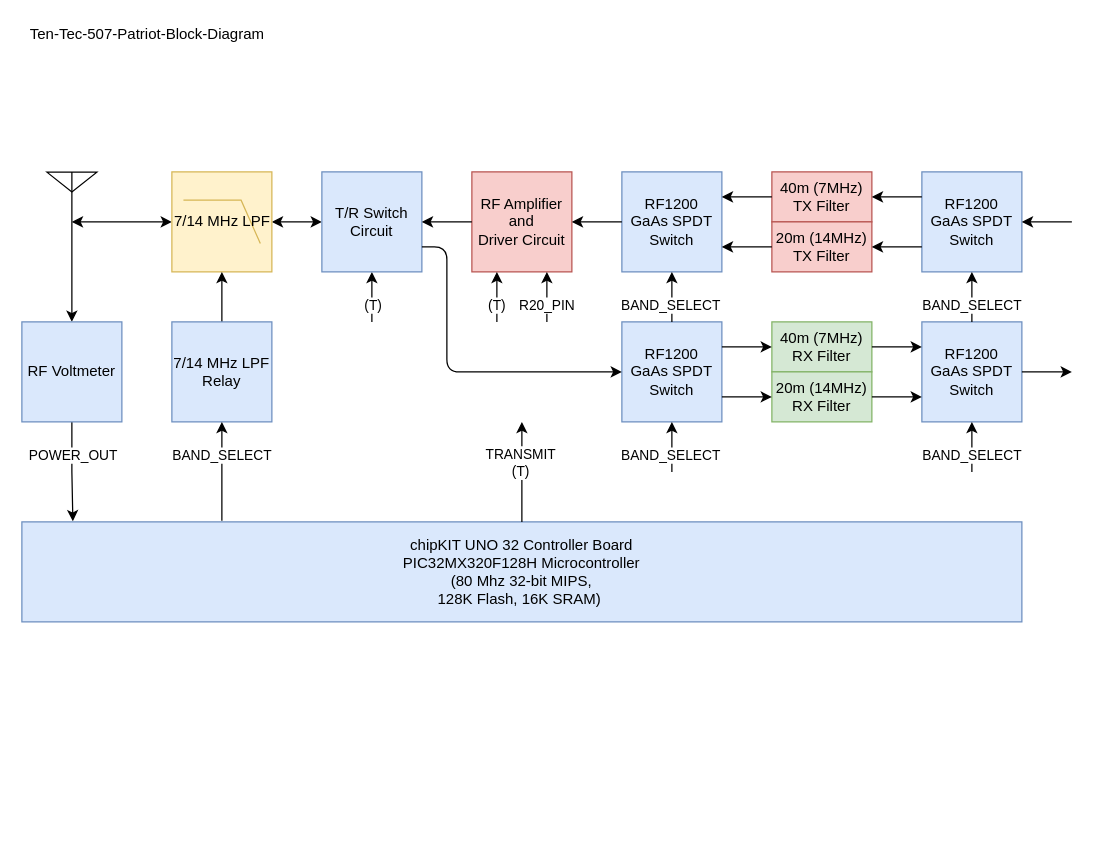
This is Technicalities/TT-507-Block-Diagram.drawio from professor-zia/Radio-Ten-Tec-507-Patriot, a draw.io file, before an edit. Source tidied: cells renumbered, new cells numbered last; positions are measured from the earlier drawing's top-left corner, leaving out a move shared by most shapes. Both pictures are drawn from the tidied source at 125%, with x=0, y=0 at pixel (21, 21).
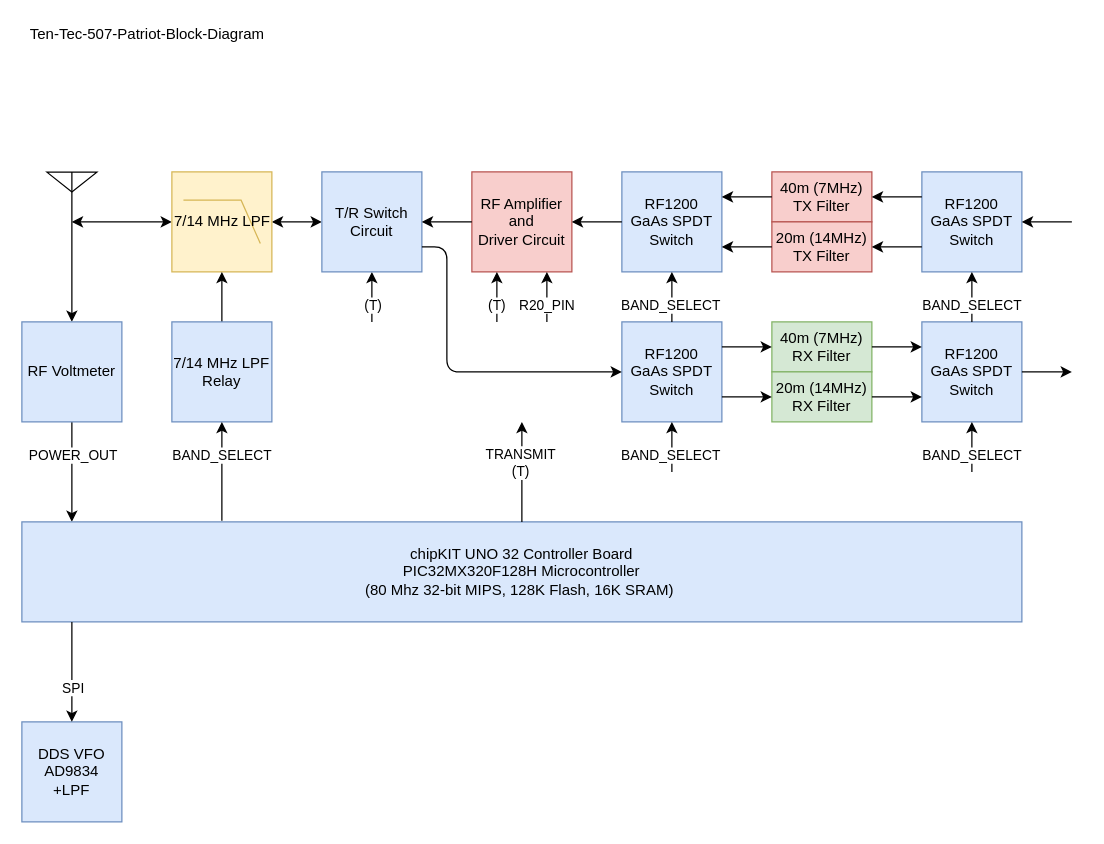
After the change.

Unchanged cells that the change refers to:
```xml
<mxCell id="11" value="RF Voltmeter" style="rounded=0;whiteSpace=wrap;html=1;fillColor=#dae8fc;strokeColor=#6c8ebf;" parent="1" vertex="1">
  <mxGeometry y="240" width="80" height="80" as="geometry" />
</mxCell>
```

What changed in the source:
```diff
@@
-    <mxCell id="9" style="edgeStyle=orthogonalEdgeStyle;rounded=0;jettySize=auto;html=1;exitX=0.5;exitY=1;exitDx=0;exitDy=0;entryX=0.051;entryY=-0.006;entryDx=0;entryDy=0;entryPerimeter=0;startArrow=none;startFill=0;" parent="1" edge="1" source="11" target="12">
-      <mxGeometry relative="1" as="geometry" />
+    <mxCell id="9" style="edgeStyle=orthogonalEdgeStyle;rounded=0;jettySize=auto;html=1;exitX=0.5;exitY=1;exitDx=0;exitDy=0;startArrow=none;startFill=0;" parent="1" edge="1" source="11">
+      <mxGeometry relative="1" as="geometry">
+        <mxPoint x="40" y="400" as="targetPoint" />
+      </mxGeometry>
     </mxCell>
@@
-    <mxCell id="12" value="chipKIT UNO 32 Controller Board&lt;br&gt;PIC32MX320F128H Microcontroller&lt;br&gt;(80 Mhz 32-bit MIPS,&lt;br/&gt;128K Flash, 16K SRAM)&amp;nbsp;" style="rounded=0;whiteSpace=wrap;html=1;fillColor=#dae8fc;strokeColor=#6c8ebf;" parent="1" vertex="1">
+    <mxCell id="12" value="chipKIT UNO 32 Controller Board&lt;br&gt;PIC32MX320F128H Microcontroller&lt;br&gt;(80 Mhz 32-bit MIPS,&amp;nbsp;128K Flash, 16K SRAM)&amp;nbsp;" style="rounded=0;whiteSpace=wrap;html=1;fillColor=#dae8fc;strokeColor=#6c8ebf;" parent="1" vertex="1">
       <mxGeometry y="400" width="800" height="80" as="geometry" />
     </mxCell>
@@
+    <mxCell id="55" value="DDS VFO&lt;br&gt;AD9834&lt;br&gt;+LPF" style="rounded=0;whiteSpace=wrap;html=1;fillColor=#dae8fc;strokeColor=#6c8ebf;" parent="1" vertex="1">
+      <mxGeometry y="560" width="80" height="80" as="geometry" />
+    </mxCell>
+    <mxCell id="56" style="endArrow=classic;html=1;entryX=0.5;entryY=0;entryDx=0;entryDy=0;" parent="1" edge="1" target="55">
+      <mxGeometry relative="1" as="geometry">
+        <mxPoint x="40" y="480" as="sourcePoint" />
+      </mxGeometry>
+    </mxCell>
+    <mxCell id="57" value="SPI" style="edgeLabel;html=1;align=center;verticalAlign=middle;" parent="56" vertex="1">
+      <mxGeometry x="0.38" relative="1" as="geometry">
+        <mxPoint y="-3" as="offset" />
+      </mxGeometry>
+    </mxCell>
```
